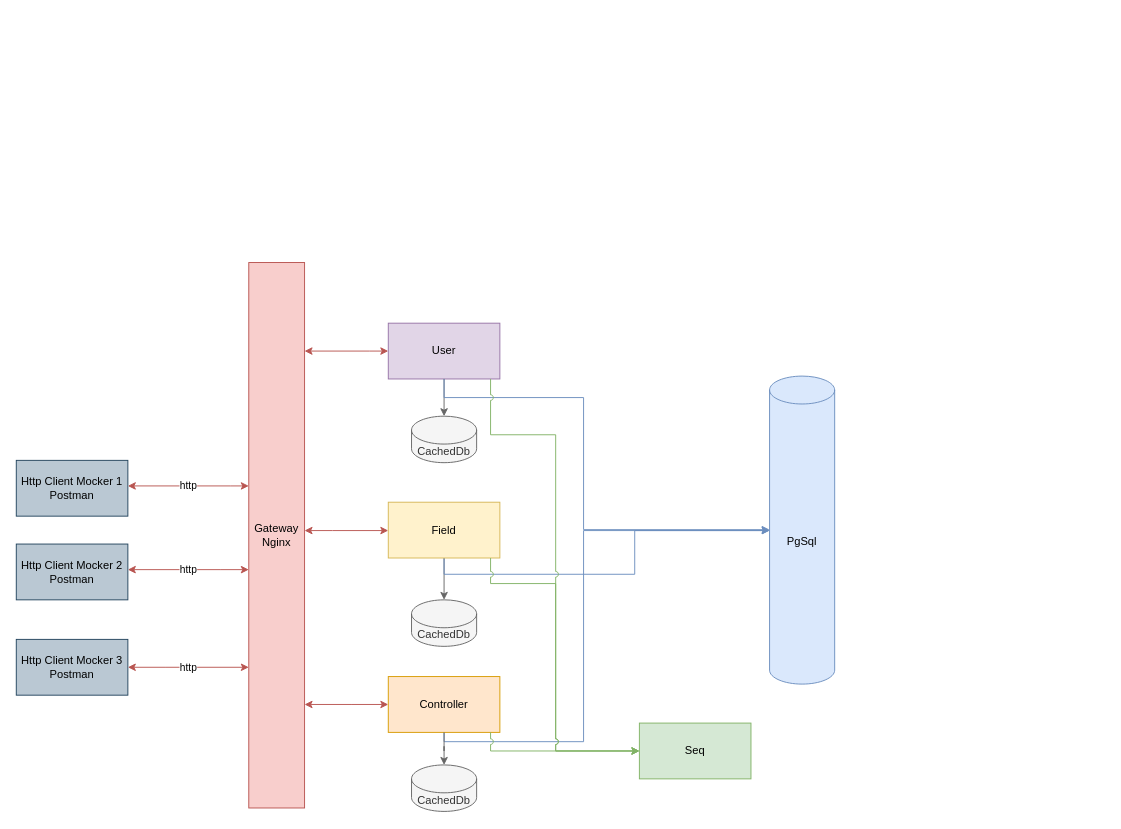
BakPeter/FieldManagementSystem keeps this draw.io diagram as page "Design" (1 of 2) of Docs/Field Management System.drawio. Above is the earlier version. Source tidied: cells renumbered, new cells numbered last; positions are measured from the earlier drawing's top-left corner, leaving out a move shared by most shapes. Both pictures are drawn from the tidied source at 93%, with x=0, y=0 at pixel (16, 262).
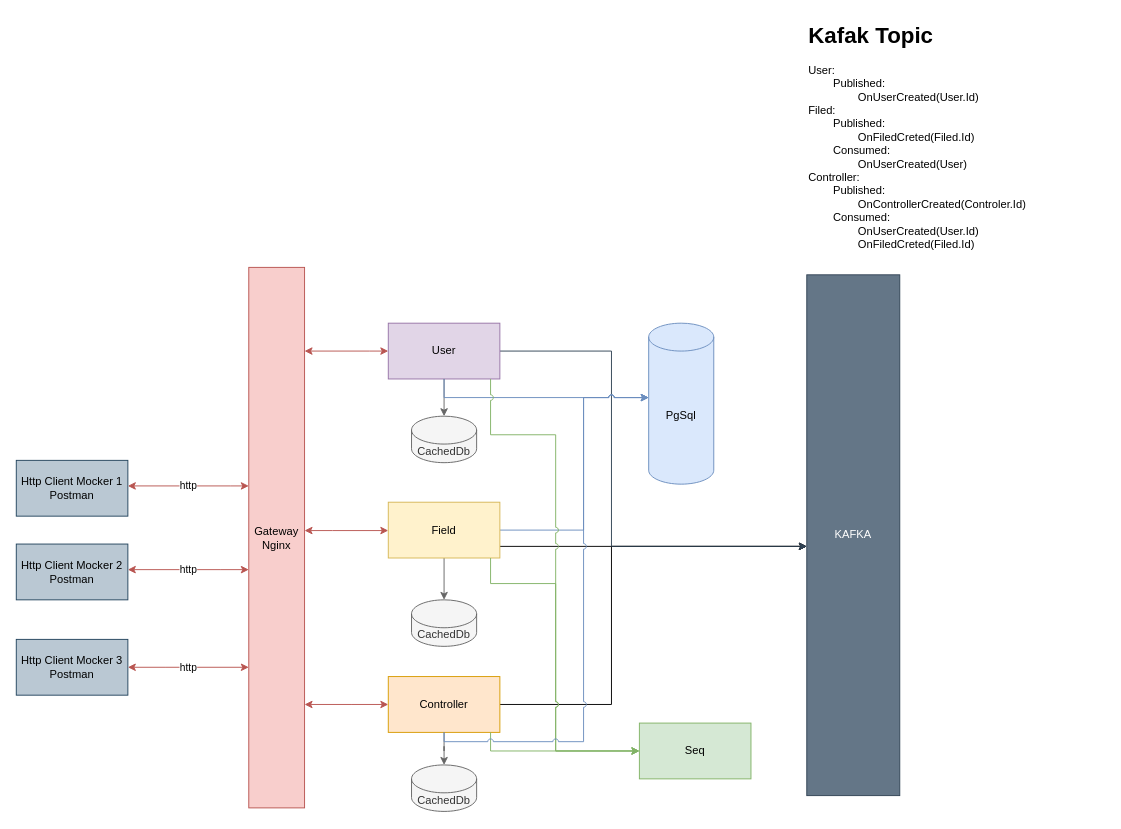
The same page after the edit.

Unchanged cells that the change refers to:
```xml
<mxCell id="8" value="User" style="rounded=0;whiteSpace=wrap;html=1;fillColor=#e1d5e7;strokeColor=#9673a6;" parent="1" vertex="1">
  <mxGeometry x="400" y="65" width="120" height="60" as="geometry" />
</mxCell>
<mxCell id="11" value="Field" style="rounded=0;whiteSpace=wrap;html=1;fillColor=#fff2cc;strokeColor=#d6b656;" parent="1" vertex="1">
  <mxGeometry x="400" y="257.5" width="120" height="60" as="geometry" />
</mxCell>
<mxCell id="13" value="Controller" style="rounded=0;whiteSpace=wrap;html=1;fillColor=#ffe6cc;strokeColor=#d79b00;" parent="1" vertex="1">
  <mxGeometry x="400" y="445" width="120" height="60" as="geometry" />
</mxCell>
```

Change to the diagram source:
```diff
@@
+    <mxCell id="29" style="edgeStyle=orthogonalEdgeStyle;rounded=0;jettySize=auto;html=1;" parent="1" edge="1" source="13" target="32">
+      <mxGeometry relative="1" as="geometry">
+        <Array as="points">
+          <mxPoint x="640" y="475" />
+          <mxPoint x="640" y="305" />
+        </Array>
+      </mxGeometry>
+    </mxCell>
+    <mxCell id="30" style="edgeStyle=orthogonalEdgeStyle;rounded=0;jettySize=auto;html=1;" parent="1" edge="1" source="11" target="32">
+      <mxGeometry relative="1" as="geometry">
+        <Array as="points">
+          <mxPoint x="820" y="305" />
+          <mxPoint x="820" y="305" />
+        </Array>
+      </mxGeometry>
+    </mxCell>
+    <mxCell id="31" style="edgeStyle=orthogonalEdgeStyle;rounded=0;jettySize=auto;html=1;fillColor=#647687;strokeColor=#314354;jumpStyle=none;" parent="1" edge="1" source="8" target="32">
+      <mxGeometry relative="1" as="geometry">
+        <Array as="points">
+          <mxPoint x="640" y="95" />
+          <mxPoint x="640" y="305" />
+        </Array>
+      </mxGeometry>
+    </mxCell>
@@
     <mxCell id="3" value="Gateway&lt;div&gt;Nginx&lt;/div&gt;" style="rounded=0;whiteSpace=wrap;html=1;fillColor=#f8cecc;strokeColor=#b85450;" parent="1" vertex="1">
-      <mxGeometry x="250" y="-0.2" width="60" height="586.5" as="geometry" />
+      <mxGeometry x="250" y="5" width="60" height="581.2" as="geometry" />
     </mxCell>
@@
-    <mxCell id="10" style="edgeStyle=orthogonalEdgeStyle;rounded=0;jettySize=auto;html=1;fillColor=#dae8fc;strokeColor=#6c8ebf;" parent="1" edge="1" source="11" target="24">
+    <mxCell id="10" style="edgeStyle=orthogonalEdgeStyle;rounded=0;jettySize=auto;html=1;fillColor=#dae8fc;strokeColor=#6c8ebf;jumpStyle=arc;" parent="1" edge="1" source="11" target="24">
       <mxGeometry relative="1" as="geometry">
         <Array as="points">
-          <mxPoint x="460" y="335" />
-          <mxPoint x="665" y="335" />
-          <mxPoint x="665" y="288" />
+          <mxPoint x="610" y="288" />
+          <mxPoint x="610" y="145" />
         </Array>
       </mxGeometry>
     </mxCell>
@@
-    <mxCell id="12" style="edgeStyle=orthogonalEdgeStyle;rounded=0;jettySize=auto;html=1;fillColor=#dae8fc;strokeColor=#6c8ebf;" parent="1" edge="1" source="13" target="24">
-      <mxGeometry relative="1" as="geometry">
-        <Array as="points">
-          <mxPoint x="460" y="515" />
-          <mxPoint x="610" y="515" />
-          <mxPoint x="610" y="288" />
-        </Array>
-      </mxGeometry>
-    </mxCell>
@@
     <mxCell id="24" value="PgSql" style="shape=cylinder3;whiteSpace=wrap;html=1;boundedLbl=1;backgroundOutline=1;size=15;fillColor=#dae8fc;strokeColor=#6c8ebf;" parent="1" vertex="1">
-      <mxGeometry x="810" y="121.9" width="70" height="331.2" as="geometry" />
+      <mxGeometry x="680" y="65" width="70" height="173.1" as="geometry" />
     </mxCell>
-    <mxCell id="25" style="edgeStyle=orthogonalEdgeStyle;rounded=0;jettySize=auto;html=1;fillColor=#dae8fc;strokeColor=#6c8ebf;" parent="1" edge="1" source="8" target="24">
+    <mxCell id="25" style="edgeStyle=orthogonalEdgeStyle;rounded=0;jettySize=auto;html=1;fillColor=#dae8fc;strokeColor=#6c8ebf;jumpStyle=arc;" parent="1" edge="1" source="8" target="24">
       <mxGeometry relative="1" as="geometry">
         <Array as="points">
           <mxPoint x="460" y="145" />
-          <mxPoint x="610" y="145" />
-          <mxPoint x="610" y="287" />
         </Array>
       </mxGeometry>
     </mxCell>
@@
+    <mxCell id="32" value="KAFKA" style="rounded=0;whiteSpace=wrap;html=1;fillColor=#647687;fontColor=#ffffff;strokeColor=#314354;" parent="1" vertex="1">
+      <mxGeometry x="850" y="13" width="100" height="560" as="geometry" />
+    </mxCell>
+    <mxCell id="12" style="edgeStyle=orthogonalEdgeStyle;rounded=0;jettySize=auto;html=1;fillColor=#dae8fc;strokeColor=#6c8ebf;jumpStyle=arc;" parent="1" edge="1" source="13" target="24">
+      <mxGeometry relative="1" as="geometry">
+        <Array as="points">
+          <mxPoint x="460" y="515" />
+          <mxPoint x="610" y="515" />
+          <mxPoint x="610" y="145" />
+        </Array>
+      </mxGeometry>
+    </mxCell>
+    <mxCell id="33" value="&lt;h1 style=&quot;margin-top: 0px;&quot;&gt;Kafak Topic&lt;/h1&gt;&lt;div&gt;User:&lt;/div&gt;&lt;div&gt;&lt;span style=&quot;white-space: pre;&quot;&gt;&#9;&lt;/span&gt;Published:&lt;/div&gt;&lt;div&gt;&lt;span style=&quot;white-space: pre;&quot;&gt;&#9;&lt;/span&gt;&lt;span style=&quot;white-space: pre;&quot;&gt;&#9;&lt;/span&gt;OnUserCreated(User.Id)&lt;br&gt;&lt;/div&gt;&lt;div&gt;Filed:&lt;/div&gt;&lt;div&gt;&lt;span style=&quot;white-space: pre;&quot;&gt;&#9;&lt;/span&gt;Published:&lt;br&gt;&lt;/div&gt;&lt;div&gt;&lt;span style=&quot;white-space: pre;&quot;&gt;&#9;&lt;/span&gt;&lt;span style=&quot;white-space: pre;&quot;&gt;&#9;&lt;/span&gt;OnFiledCreted(Filed.Id)&lt;br&gt;&lt;/div&gt;&lt;div&gt;&lt;span style=&quot;white-space: pre;&quot;&gt;&#9;&lt;/span&gt;Consumed:&lt;br&gt;&lt;/div&gt;&lt;div&gt;&lt;span style=&quot;white-space: pre;&quot;&gt;&#9;&lt;/span&gt;&lt;span style=&quot;white-space: pre;&quot;&gt;&#9;&lt;/span&gt;&lt;span style=&quot;background-color: transparent; color: light-dark(rgb(0, 0, 0), rgb(255, 255, 255));&quot;&gt;OnUserCreated(User)&lt;/span&gt;&lt;br&gt;&lt;/div&gt;&lt;div&gt;&lt;span style=&quot;background-color: transparent; color: light-dark(rgb(0, 0, 0), rgb(255, 255, 255));&quot;&gt;Controller:&lt;/span&gt;&lt;/div&gt;&lt;div&gt;&lt;span style=&quot;background-color: transparent; color: light-dark(rgb(0, 0, 0), rgb(255, 255, 255));&quot;&gt;&lt;span style=&quot;white-space: pre;&quot;&gt;&#9;&lt;/span&gt;Published:&lt;br&gt;&lt;/span&gt;&lt;/div&gt;&lt;div&gt;&lt;span style=&quot;background-color: transparent; color: light-dark(rgb(0, 0, 0), rgb(255, 255, 255));&quot;&gt;&lt;span style=&quot;white-space: pre;&quot;&gt;&#9;&lt;/span&gt;&lt;span style=&quot;white-space: pre;&quot;&gt;&#9;&lt;/span&gt;OnControllerCreated(Controler.Id)&lt;br&gt;&lt;/span&gt;&lt;/div&gt;&lt;div&gt;&lt;span style=&quot;background-color: transparent; color: light-dark(rgb(0, 0, 0), rgb(255, 255, 255));&quot;&gt;&lt;span style=&quot;white-space: pre;&quot;&gt;&#9;&lt;/span&gt;Consumed:&lt;/span&gt;&lt;/div&gt;&lt;div&gt;&lt;span style=&quot;background-color: transparent; color: light-dark(rgb(0, 0, 0), rgb(255, 255, 255));&quot;&gt;&lt;/span&gt;&lt;/div&gt;&lt;span style=&quot;white-space: pre;&quot;&gt;&#9;&lt;/span&gt;&lt;span style=&quot;white-space: pre;&quot;&gt;&#9;&lt;/span&gt;OnUserCreated(User.Id)&lt;div&gt;&lt;span style=&quot;white-space: pre;&quot;&gt;&#9;&lt;/span&gt;&lt;span style=&quot;white-space: pre;&quot;&gt;&#9;&lt;/span&gt;OnFiledCreted(Filed.Id)&lt;/div&gt;" style="text;html=1;whiteSpace=wrap;overflow=hidden;rounded=0;" parent="1" vertex="1">
+      <mxGeometry x="850" y="-265" width="320" height="250" as="geometry" />
+    </mxCell>
```
